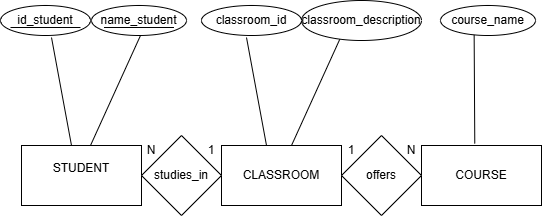
The draw.io diagram diagrams/chen-er-diagram.png in Raana-1375/ex-db-normalization-project, before a commit. Source tidied: cells renumbered, new cells last; positions are measured from the earlier drawing's top-left corner, leaving out a move shared by most shapes. Source of this version:
```xml
<mxGraphModel>
  <root>
    <mxCell id="0" />
    <mxCell id="1" parent="0" />
    <mxCell id="2" value="&#10;STUDENT&#10;&#10;" style="rounded=0;whiteSpace=wrap;html=1;" parent="1" vertex="1">
      <mxGeometry x="21" y="145" width="120" height="60" as="geometry" />
    </mxCell>
    <mxCell id="3" value="CLASSROOM" style="rounded=0;whiteSpace=wrap;html=1;" parent="1" vertex="1">
      <mxGeometry x="221" y="145" width="120" height="60" as="geometry" />
    </mxCell>
    <mxCell id="4" value="COURSE" style="rounded=0;whiteSpace=wrap;html=1;" parent="1" vertex="1">
      <mxGeometry x="421" y="145" width="120" height="60" as="geometry" />
    </mxCell>
    <mxCell id="5" value="offers" style="rhombus;whiteSpace=wrap;html=1;" parent="1" vertex="1">
      <mxGeometry x="341" y="135" width="80" height="80" as="geometry" />
    </mxCell>
    <mxCell id="6" value="studies_in" style="rhombus;whiteSpace=wrap;html=1;" parent="1" vertex="1">
      <mxGeometry x="141" y="135" width="80" height="80" as="geometry" />
    </mxCell>
    <mxCell id="7" value="N" style="text;html=1;whiteSpace=wrap;strokeColor=none;fillColor=none;align=center;verticalAlign=middle;rounded=0;" parent="1" vertex="1">
      <mxGeometry x="121" y="135" width="60" height="30" as="geometry" />
    </mxCell>
    <mxCell id="8" value="1" style="text;html=1;whiteSpace=wrap;strokeColor=none;fillColor=none;align=center;verticalAlign=middle;rounded=0;" parent="1" vertex="1">
      <mxGeometry x="181" y="135" width="60" height="30" as="geometry" />
    </mxCell>
    <mxCell id="9" value="1" style="text;html=1;whiteSpace=wrap;strokeColor=none;fillColor=none;align=center;verticalAlign=middle;rounded=0;" parent="1" vertex="1">
      <mxGeometry x="321" y="135" width="60" height="30" as="geometry" />
    </mxCell>
    <mxCell id="10" value="N" style="text;html=1;whiteSpace=wrap;strokeColor=none;fillColor=none;align=center;verticalAlign=middle;rounded=0;" parent="1" vertex="1">
      <mxGeometry x="381" y="135" width="60" height="30" as="geometry" />
    </mxCell>
    <mxCell id="11" style="endArrow=none;html=1;rounded=0;" parent="1" edge="1">
      <mxGeometry relative="1" as="geometry">
        <mxPoint x="71" y="145" as="sourcePoint" />
        <mxPoint x="51" y="37" as="targetPoint" />
      </mxGeometry>
    </mxCell>
    <mxCell id="12" style="endArrow=none;html=1;rounded=0;" parent="1" edge="1">
      <mxGeometry relative="1" as="geometry">
        <mxPoint x="90" y="145" as="sourcePoint" />
        <mxPoint x="140" y="35" as="targetPoint" />
      </mxGeometry>
    </mxCell>
    <mxCell id="13" value="id_student" style="ellipse;whiteSpace=wrap;html=1;" parent="1" vertex="1">
      <mxGeometry y="5" width="90" height="30" as="geometry" />
    </mxCell>
    <mxCell id="14" value="name_student" style="ellipse;whiteSpace=wrap;html=1;" parent="1" vertex="1">
      <mxGeometry x="91" y="5" width="95" height="30" as="geometry" />
    </mxCell>
    <mxCell id="15" style="endArrow=none;html=1;rounded=0;" parent="1" edge="1">
      <mxGeometry relative="1" as="geometry">
        <mxPoint x="266" y="145" as="sourcePoint" />
        <mxPoint x="246" y="37" as="targetPoint" />
      </mxGeometry>
    </mxCell>
    <mxCell id="16" value="classroom_id" style="ellipse;whiteSpace=wrap;html=1;" parent="1" vertex="1">
      <mxGeometry x="201" y="5" width="100" height="30" as="geometry" />
    </mxCell>
    <mxCell id="17" style="endArrow=none;html=1;rounded=0;" parent="1" edge="1">
      <mxGeometry relative="1" as="geometry">
        <mxPoint x="291" y="145" as="sourcePoint" />
        <mxPoint x="341" y="35" as="targetPoint" />
      </mxGeometry>
    </mxCell>
    <mxCell id="18" value="classroom_description" style="ellipse;whiteSpace=wrap;html=1;" parent="1" vertex="1">
      <mxGeometry x="301" width="120" height="40" as="geometry" />
    </mxCell>
    <mxCell id="19" style="endArrow=none;html=1;rounded=0;exitX=0.444;exitY=-0.033;exitDx=0;exitDy=0;exitPerimeter=0;entryX=0.354;entryY=0.889;entryDx=0;entryDy=0;entryPerimeter=0;" parent="1" edge="1" source="4" target="20">
      <mxGeometry relative="1" as="geometry" />
    </mxCell>
    <mxCell id="20" value="course_name" style="ellipse;whiteSpace=wrap;html=1;" parent="1" vertex="1">
      <mxGeometry x="440" y="5" width="95" height="30" as="geometry" />
    </mxCell>
    <mxCell id="21" style="endArrow=none;html=1;rounded=0;" parent="1" edge="1">
      <mxGeometry relative="1" as="geometry">
        <mxPoint x="10" y="27" as="sourcePoint" />
        <mxPoint x="80" y="27" as="targetPoint" />
      </mxGeometry>
    </mxCell>
    <mxCell id="22" style="endArrow=none;html=1;rounded=0;" parent="1" edge="1">
      <mxGeometry relative="1" as="geometry">
        <mxPoint x="103.5" y="27" as="sourcePoint" />
        <mxPoint x="173.5" y="27" as="targetPoint" />
      </mxGeometry>
    </mxCell>
  </root>
</mxGraphModel>
```
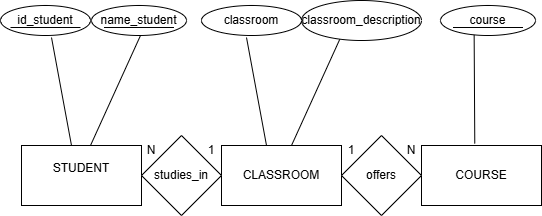
Later version of the same file.

Commit message:
feat: add final 3NF crow's foot diagram image

What changed in the source:
```diff
@@ -53,7 +53,7 @@
         <mxPoint x="246" y="37" as="targetPoint" />
       </mxGeometry>
     </mxCell>
-    <mxCell id="16" value="classroom_id" style="ellipse;whiteSpace=wrap;html=1;" parent="1" vertex="1">
+    <mxCell id="16" value="classroom" style="ellipse;whiteSpace=wrap;html=1;" parent="1" vertex="1">
       <mxGeometry x="201" y="5" width="100" height="30" as="geometry" />
     </mxCell>
     <mxCell id="17" style="endArrow=none;html=1;rounded=0;" parent="1" edge="1">
@@ -68,7 +68,7 @@
     <mxCell id="19" style="endArrow=none;html=1;rounded=0;exitX=0.444;exitY=-0.033;exitDx=0;exitDy=0;exitPerimeter=0;entryX=0.354;entryY=0.889;entryDx=0;entryDy=0;entryPerimeter=0;" parent="1" edge="1" source="4" target="20">
       <mxGeometry relative="1" as="geometry" />
     </mxCell>
-    <mxCell id="20" value="course_name" style="ellipse;whiteSpace=wrap;html=1;" parent="1" vertex="1">
+    <mxCell id="20" value="course" style="ellipse;whiteSpace=wrap;html=1;" parent="1" vertex="1">
       <mxGeometry x="440" y="5" width="95" height="30" as="geometry" />
     </mxCell>
     <mxCell id="21" style="endArrow=none;html=1;rounded=0;" parent="1" edge="1">
@@ -83,5 +83,11 @@
         <mxPoint x="173.5" y="27" as="targetPoint" />
       </mxGeometry>
     </mxCell>
+    <mxCell id="23" style="endArrow=none;html=1;rounded=0;" parent="1" edge="1">
+      <mxGeometry relative="1" as="geometry">
+        <mxPoint x="452.5" y="27" as="sourcePoint" />
+        <mxPoint x="522.5" y="27" as="targetPoint" />
+      </mxGeometry>
+    </mxCell>
   </root>
 </mxGraphModel>
```
